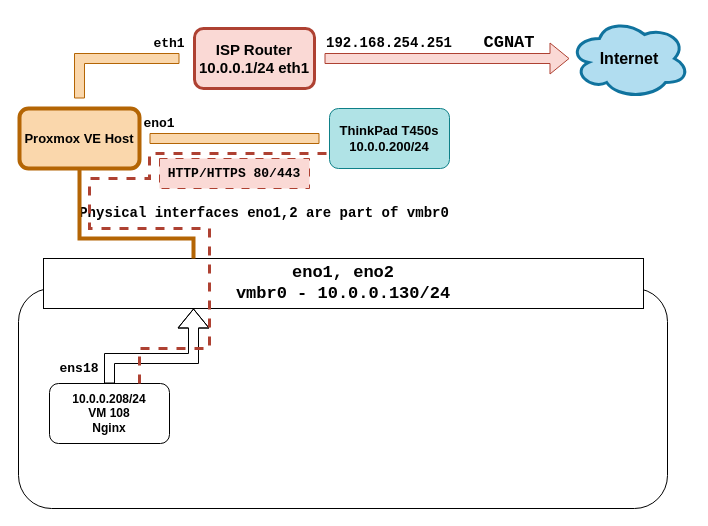
Andreansx/proxmox-nginx-vm-setup keeps this draw.io diagram as docs/network-diagram.drawio. Above is the earlier version. Source tidied: cells renumbered, new cells numbered last; positions are measured from the earlier drawing's top-left corner, leaving out a move shared by most shapes. Both pictures are drawn from the tidied source at 100%, with x=0, y=0 at pixel (18, 18).
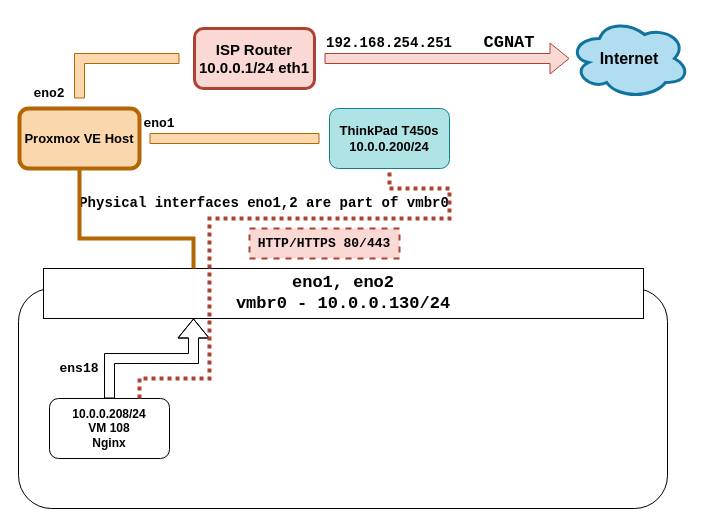
The same page after the edit.

Commit message (it also covers changes not shown here):
updated network-diagram

Unchanged cells that the change refers to:
```xml
<mxCell id="12" value="&lt;b&gt;&lt;font style=&quot;font-size: 13px;&quot;&gt;ThinkPad T450s&lt;/font&gt;&lt;/b&gt;&lt;div&gt;&lt;b&gt;&lt;font style=&quot;font-size: 13px;&quot;&gt;10.0.0.200/24&lt;/font&gt;&lt;/b&gt;&lt;/div&gt;" style="rounded=1;whiteSpace=wrap;html=1;fillColor=#b0e3e6;strokeColor=#0e8088;" parent="1" vertex="1">
  <mxGeometry x="311" y="90" width="120" height="60" as="geometry" />
</mxCell>
```

Diff of the diagram source:
```diff
@@
     <mxCell id="4" value="&lt;div&gt;10.0.0.208/24&lt;/div&gt;VM 108&lt;div&gt;Nginx&lt;/div&gt;" style="rounded=1;whiteSpace=wrap;html=1;fontStyle=1;" parent="1" vertex="1">
-      <mxGeometry x="31" y="365" width="120" height="60" as="geometry" />
+      <mxGeometry x="31" y="380" width="120" height="60" as="geometry" />
     </mxCell>
@@
     <mxCell id="9" value="&lt;div&gt;&lt;b&gt;&lt;font face=&quot;Courier New&quot; style=&quot;font-size: 17px;&quot;&gt;eno1, eno2&lt;/font&gt;&lt;/b&gt;&lt;/div&gt;&lt;b&gt;&lt;font face=&quot;Courier New&quot; style=&quot;font-size: 17px;&quot;&gt;vmbr0 - 10.0.0.130/24&lt;/font&gt;&lt;/b&gt;" style="rounded=0;whiteSpace=wrap;html=1;" parent="1" vertex="1">
-      <mxGeometry x="25" y="240" width="600" height="50" as="geometry" />
+      <mxGeometry x="25" y="250" width="600" height="50" as="geometry" />
     </mxCell>
-    <mxCell id="10" value="&lt;font face=&quot;Courier New&quot;&gt;&lt;span style=&quot;font-size: 13px;&quot;&gt;&lt;b&gt;eth1&lt;/b&gt;&lt;/span&gt;&lt;/font&gt;" style="text;html=1;align=center;verticalAlign=middle;whiteSpace=wrap;rounded=0;" parent="1" vertex="1">
-      <mxGeometry x="121" y="10" width="60" height="30" as="geometry" />
+    <mxCell id="10" value="&lt;font face=&quot;Courier New&quot;&gt;&lt;span style=&quot;font-size: 13px;&quot;&gt;&lt;b&gt;eno2&lt;/b&gt;&lt;/span&gt;&lt;/font&gt;" style="text;html=1;align=center;verticalAlign=middle;whiteSpace=wrap;rounded=0;" parent="1" vertex="1">
+      <mxGeometry x="1" y="60" width="60" height="30" as="geometry" />
     </mxCell>
     <mxCell id="11" value="&lt;pre&gt;&lt;b&gt;&lt;font style=&quot;font-size: 14px;&quot;&gt;Physical interfaces eno1,2 are part of vmbr0&lt;/font&gt;&lt;/b&gt;&lt;/pre&gt;" style="text;html=1;align=center;verticalAlign=middle;whiteSpace=wrap;rounded=0;" parent="1" vertex="1">
-      <mxGeometry x="91" y="180" width="310" height="30" as="geometry" />
+      <mxGeometry x="91" y="170" width="310" height="30" as="geometry" />
     </mxCell>
@@
-    <mxCell id="18" style="endArrow=none;dashed=1;html=1;rounded=0;fillColor=#fad9d5;strokeColor=#ae4132;exitX=0.75;exitY=0;exitDx=0;exitDy=0;strokeWidth=3;entryX=0;entryY=0.75;entryDx=0;entryDy=0;" parent="1" edge="1" source="4" target="12">
+    <mxCell id="18" style="endArrow=none;dashed=1;html=1;rounded=0;fillColor=#fad9d5;strokeColor=#ae4132;exitX=0.75;exitY=0;exitDx=0;exitDy=0;strokeWidth=4;entryX=0.5;entryY=1;entryDx=0;entryDy=0;dashPattern=1 1;" parent="1" edge="1" source="4" target="12">
       <mxGeometry relative="1" as="geometry">
         <Array as="points">
-          <mxPoint x="121" y="330" />
-          <mxPoint x="191" y="330" />
-          <mxPoint x="191" y="210" />
-          <mxPoint x="71" y="210" />
-          <mxPoint x="71" y="160" />
-          <mxPoint x="131" y="160" />
-          <mxPoint x="131" y="135" />
+          <mxPoint x="121" y="360" />
+          <mxPoint x="191" y="360" />
+          <mxPoint x="191" y="200" />
+          <mxPoint x="431" y="200" />
+          <mxPoint x="431" y="170" />
+          <mxPoint x="371" y="170" />
         </Array>
       </mxGeometry>
     </mxCell>
-    <mxCell id="19" value="&lt;b&gt;&lt;font style=&quot;font-size: 13px;&quot; face=&quot;Courier New&quot;&gt;HTTP/HTTPS 80/443&lt;/font&gt;&lt;/b&gt;" style="text;html=1;align=center;verticalAlign=middle;whiteSpace=wrap;rounded=0;fillColor=#fad9d5;strokeColor=#ae4132;perimeterSpacing=0;dashed=1;dashPattern=8 8;" parent="1" vertex="1">
-      <mxGeometry x="141" y="140" width="150" height="30" as="geometry" />
+    <mxCell id="19" value="&lt;b&gt;&lt;font style=&quot;font-size: 13px;&quot; face=&quot;Courier New&quot;&gt;HTTP/HTTPS 80/443&lt;/font&gt;&lt;/b&gt;" style="text;html=1;align=center;verticalAlign=middle;whiteSpace=wrap;rounded=0;fillColor=#fad9d5;strokeColor=#ae4132;perimeterSpacing=0;dashed=1;strokeWidth=2;" parent="1" vertex="1">
+      <mxGeometry x="231" y="210" width="150" height="30" as="geometry" />
     </mxCell>
```
